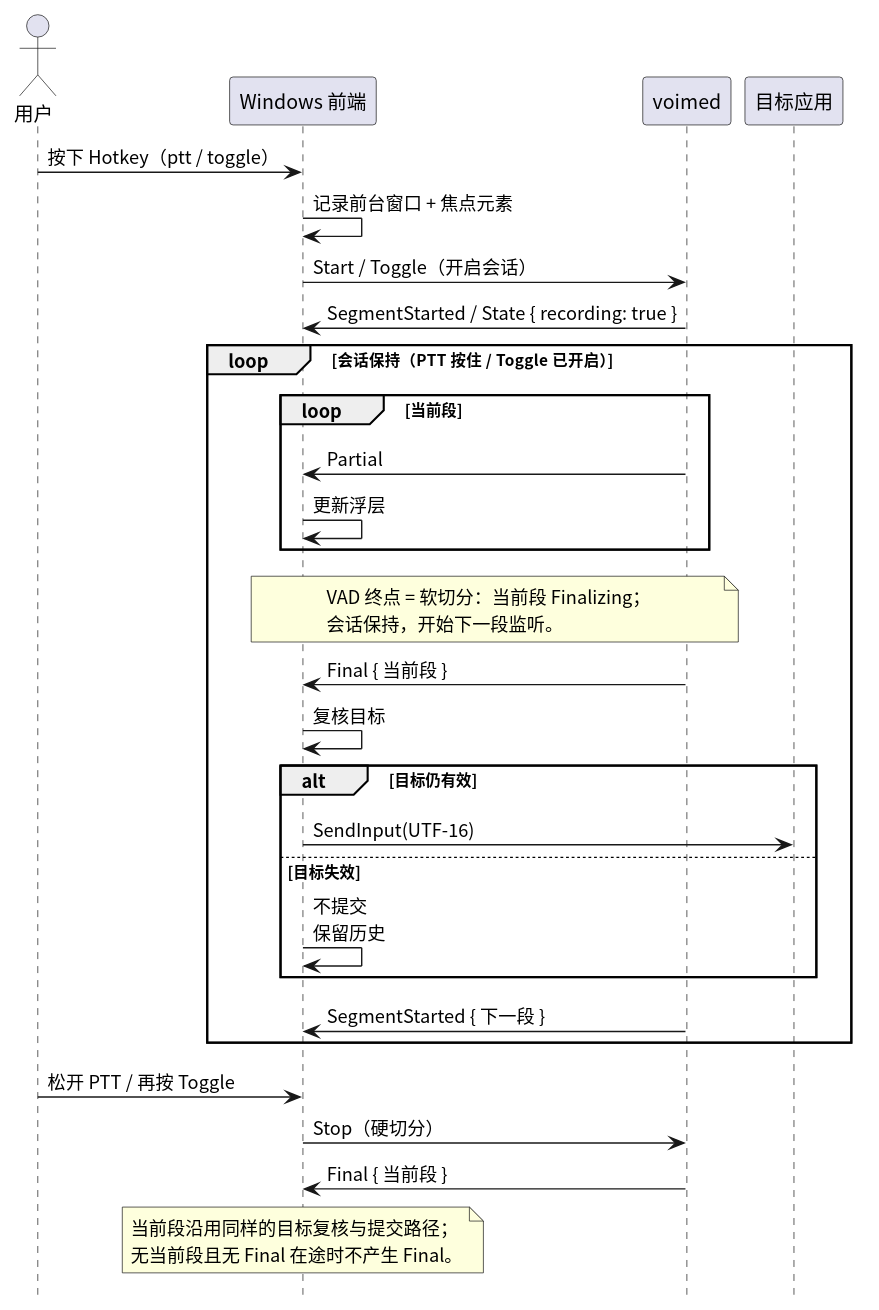
This is frontends/windows/diagram/mvp-flow.svg from 54m43lJ/voime, a PlantUML export, as it was before one commit.
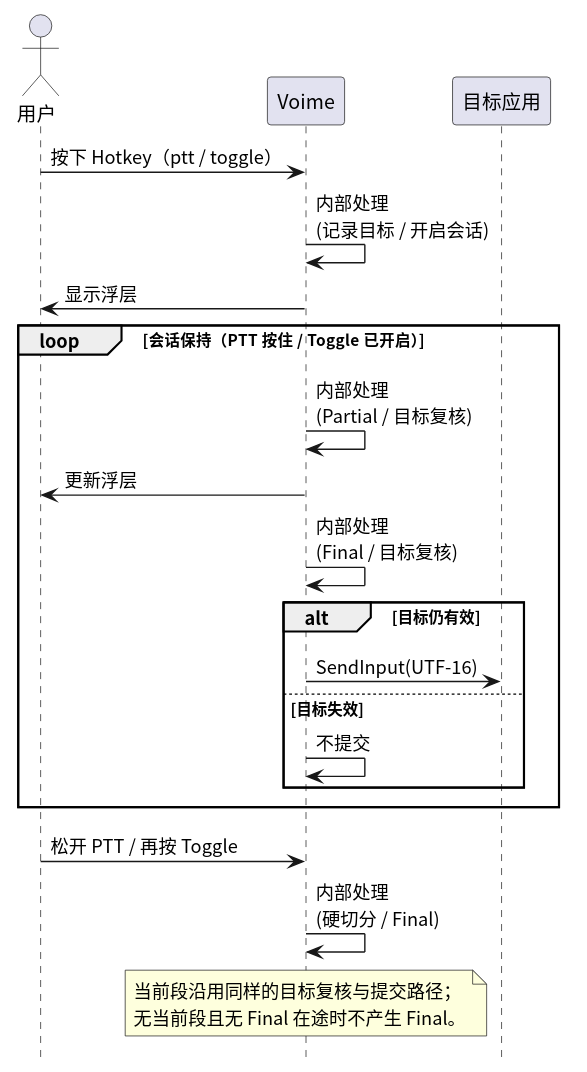
The same file after the commit.

The edit, as a diff of the source:
```diff
@@ -4,41 +4,28 @@
 hide footbox
 
 actor "用户" as User
-participant "Windows 前端" as Frontend
-participant "voimed" as Daemon
+participant "Voime" as Voime
 participant "目标应用" as App
 
-User -> Frontend : 按下 Hotkey（ptt / toggle）
-Frontend -> Frontend : 记录前台窗口 + 焦点元素
-Frontend -> Daemon : Start / Toggle（开启会话）
-Daemon -> Frontend : SegmentStarted / State { recording: true }
+User -> Voime : 按下 Hotkey（ptt / toggle）
+Voime -> Voime : 内部处理\n(记录目标 / 开启会话)
+Voime -> User : 显示浮层
 
 loop 会话保持（PTT 按住 / Toggle 已开启）
-  loop 当前段
-    Daemon -> Frontend : Partial
-    Frontend -> Frontend : 更新浮层
+  Voime -> Voime : 内部处理\n(Partial / 目标复核)
+  Voime -> User : 更新浮层
+  Voime -> Voime : 内部处理\n(Final / 目标复核)
+  alt 目标仍有效
+    Voime -> App : SendInput(UTF-16)
+  else 目标失效
+    Voime -> Voime : 不提交
   end
-
-  note over Frontend, Daemon
-    VAD 终点 = 软切分：当前段 Finalizing；
-    会话保持，开始下一段监听。
-  end note
-
-  Daemon -> Frontend : Final { 当前段 }
-  Frontend -> Frontend : 复核目标
-  alt 目标仍有效
-    Frontend -> App : SendInput(UTF-16)
-  else 目标失效
-    Frontend -> Frontend : 不提交\n保留历史
-  end
-  Daemon -> Frontend : SegmentStarted { 下一段 }
 end
 
-User -> Frontend : 松开 PTT / 再按 Toggle
-Frontend -> Daemon : Stop（硬切分）
-Daemon -> Frontend : Final { 当前段 }
+User -> Voime : 松开 PTT / 再按 Toggle
+Voime -> Voime : 内部处理\n(硬切分 / Final)
 
-note over Frontend
+note over Voime
   当前段沿用同样的目标复核与提交路径；
   无当前段且无 Final 在途时不产生 Final。
 end note
```
